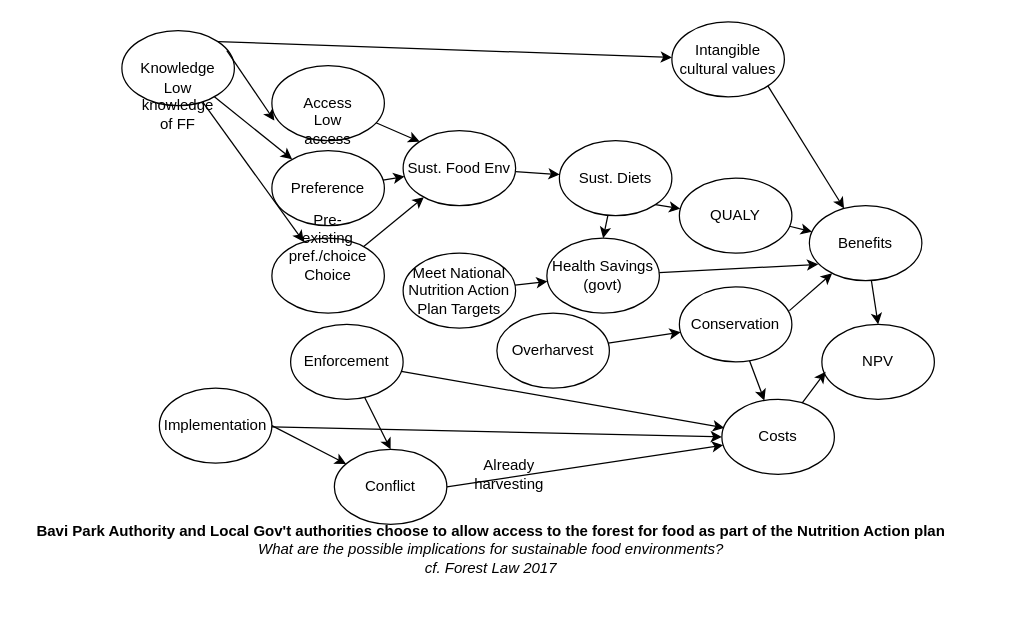
Above: Untitled Diagram.drawio in CWWhitney/bavi-forest-access (draw.io), before the change. Source tidied: cells renumbered, new cells numbered last; positions are measured from the earlier drawing's top-left corner, leaving out a move shared by most shapes. Both pictures are drawn from the tidied source at 125%, with x=0, y=0 at pixel (21, 21).
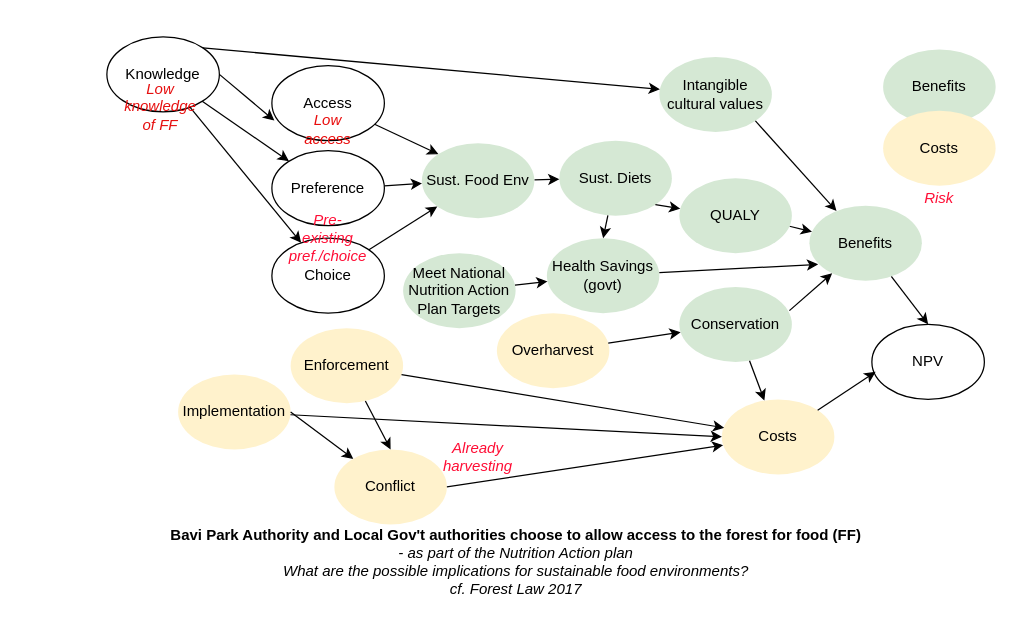
The same page after the edit.

Unchanged cells that the change refers to:
```xml
<mxCell id="12" value="Access" style="ellipse;whiteSpace=wrap;html=1;" parent="1" vertex="1">
  <mxGeometry x="200" y="35" width="90" height="60" as="geometry" />
</mxCell>
```

The edit, as a diff of the source:
```diff
@@
-    <mxCell id="2" value="Conservation" style="ellipse;whiteSpace=wrap;html=1;" parent="1" vertex="1">
+    <mxCell id="2" value="Conservation" style="ellipse;whiteSpace=wrap;html=1;fillColor=#d5e8d4;strokeColor=none;" parent="1" vertex="1">
       <mxGeometry x="526" y="212" width="90" height="60" as="geometry" />
     </mxCell>
@@
-    <mxCell id="4" value="Sust. Diets" style="ellipse;whiteSpace=wrap;html=1;" parent="1" vertex="1">
+    <mxCell id="4" value="Sust. Diets" style="ellipse;whiteSpace=wrap;html=1;fillColor=#d5e8d4;strokeColor=none;" parent="1" vertex="1">
       <mxGeometry x="430" y="95" width="90" height="60" as="geometry" />
     </mxCell>
@@
-    <mxCell id="6" value="Sust. Food Env" style="ellipse;whiteSpace=wrap;html=1;" parent="1" vertex="1">
-      <mxGeometry x="305" y="87" width="90" height="60" as="geometry" />
+    <mxCell id="6" value="Sust. Food Env" style="ellipse;whiteSpace=wrap;html=1;fillColor=#d5e8d4;strokeColor=none;" parent="1" vertex="1">
+      <mxGeometry x="320" y="97" width="90" height="60" as="geometry" />
     </mxCell>
@@
-    <mxCell id="8" value="QUALY" style="ellipse;whiteSpace=wrap;html=1;" parent="1" vertex="1">
+    <mxCell id="8" value="QUALY" style="ellipse;whiteSpace=wrap;html=1;fillColor=#d5e8d4;strokeColor=none;" parent="1" vertex="1">
       <mxGeometry x="526" y="125" width="90" height="60" as="geometry" />
     </mxCell>
@@
-    <mxCell id="10" value="Health Savings (govt)" style="ellipse;whiteSpace=wrap;html=1;" parent="1" vertex="1">
+    <mxCell id="10" value="Health Savings (govt)" style="ellipse;whiteSpace=wrap;html=1;fillColor=#d5e8d4;strokeColor=none;" parent="1" vertex="1">
       <mxGeometry x="420" y="173" width="90" height="60" as="geometry" />
     </mxCell>
     <mxCell id="11" value="NPV" style="ellipse;whiteSpace=wrap;html=1;" parent="1" vertex="1">
-      <mxGeometry x="640" y="242" width="90" height="60" as="geometry" />
+      <mxGeometry x="680" y="242" width="90" height="60" as="geometry" />
     </mxCell>
@@
     <mxCell id="14" value="Knowledge" style="ellipse;whiteSpace=wrap;html=1;" parent="1" vertex="1">
-      <mxGeometry x="80" y="7" width="90" height="60" as="geometry" />
+      <mxGeometry x="68" y="12" width="90" height="60" as="geometry" />
     </mxCell>
@@
-    <mxCell id="16" value="Costs" style="ellipse;whiteSpace=wrap;html=1;" parent="1" vertex="1">
+    <mxCell id="16" value="Costs" style="ellipse;whiteSpace=wrap;html=1;fillColor=#fff2cc;strokeColor=none;" parent="1" vertex="1">
       <mxGeometry x="560" y="302" width="90" height="60" as="geometry" />
     </mxCell>
@@
-    <mxCell id="19" value="Benefits" style="ellipse;whiteSpace=wrap;html=1;" parent="1" vertex="1">
+    <mxCell id="19" value="Benefits" style="ellipse;whiteSpace=wrap;html=1;fillColor=#d5e8d4;strokeColor=none;" parent="1" vertex="1">
       <mxGeometry x="630" y="147" width="90" height="60" as="geometry" />
     </mxCell>
@@
-    <mxCell id="22" style="rounded=0;jettySize=auto;html=1;entryX=0.022;entryY=0.733;entryDx=0;entryDy=0;entryPerimeter=0;exitX=0.933;exitY=0.267;exitDx=0;exitDy=0;exitPerimeter=0;" parent="1" edge="1" source="14" target="12">
+    <mxCell id="22" style="rounded=0;jettySize=auto;html=1;entryX=0.022;entryY=0.733;entryDx=0;entryDy=0;entryPerimeter=0;exitX=1;exitY=0.5;exitDx=0;exitDy=0;" parent="1" edge="1" source="14" target="12">
       <mxGeometry relative="1" as="geometry" />
     </mxCell>
@@
-    <mxCell id="28" value="Meet National Nutrition Action Plan Targets" style="ellipse;whiteSpace=wrap;html=1;" parent="1" vertex="1">
+    <mxCell id="28" value="Meet National Nutrition Action Plan Targets" style="ellipse;whiteSpace=wrap;html=1;fillColor=#d5e8d4;strokeColor=none;" parent="1" vertex="1">
       <mxGeometry x="305" y="185" width="90" height="60" as="geometry" />
     </mxCell>
@@
-    <mxCell id="30" value="&lt;b&gt;Bavi Park Authority and Local Gov't authorities choose to allow access to the forest for food as part of the Nutrition Action plan&lt;/b&gt;&lt;div&gt;&lt;i&gt;What are the possible implications for sustainable food environments?&lt;/i&gt;&lt;/div&gt;&lt;div&gt;&lt;i&gt;cf. Forest Law 2017&lt;/i&gt;&lt;/div&gt;" style="text;html=1;align=center;verticalAlign=middle;strokeColor=none;fillColor=none;" parent="1" vertex="1">
-      <mxGeometry y="392" width="750" height="60" as="geometry" />
+    <mxCell id="30" value="&lt;b&gt;Bavi Park Authority and Local Gov't authorities choose to allow access to the forest for food (FF) &lt;/b&gt;&lt;br&gt;&lt;i style=&quot;&quot;&gt;- as part of the Nutrition Action plan&lt;/i&gt;&lt;div&gt;&lt;i&gt;What are the possible implications for sustainable food environments?&lt;/i&gt;&lt;/div&gt;&lt;div&gt;&lt;i&gt;cf. Forest Law 2017&lt;/i&gt;&lt;/div&gt;" style="text;html=1;align=center;verticalAlign=middle;strokeColor=none;fillColor=none;" parent="1" vertex="1">
+      <mxGeometry x="105" y="397" width="580" height="70" as="geometry" />
     </mxCell>
-    <mxCell id="31" value="Low knowledge of FF" style="text;html=1;align=center;verticalAlign=middle;whiteSpace=wrap;rounded=0;" parent="1" vertex="1">
-      <mxGeometry x="95" y="47" width="60" height="40" as="geometry" />
+    <mxCell id="31" value="Low knowledge of FF" style="text;html=1;align=center;verticalAlign=middle;whiteSpace=wrap;rounded=0;fontStyle=2;fontColor=#e60f0f;" parent="1" vertex="1">
+      <mxGeometry x="81" y="48" width="60" height="40" as="geometry" />
     </mxCell>
-    <mxCell id="32" value="Low access" style="text;html=1;align=center;verticalAlign=middle;whiteSpace=wrap;rounded=0;fontFamily=Helvetica;fontSize=12;" parent="1" vertex="1">
+    <mxCell id="32" value="Low access" style="text;html=1;align=center;verticalAlign=middle;whiteSpace=wrap;rounded=0;fontFamily=Helvetica;fontSize=12;fontStyle=2;fontColor=#e90c0c;" parent="1" vertex="1">
       <mxGeometry x="215" y="75" width="60" height="22" as="geometry" />
     </mxCell>
-    <mxCell id="33" value="Pre-existing pref./choice" style="text;html=1;align=center;verticalAlign=middle;whiteSpace=wrap;rounded=0;" parent="1" vertex="1">
+    <mxCell id="33" value="Pre-existing pref./choice" style="text;html=1;align=center;verticalAlign=middle;whiteSpace=wrap;rounded=0;fontColor=#FF0D35;fontStyle=2;" parent="1" vertex="1">
       <mxGeometry x="215" y="153" width="60" height="40" as="geometry" />
     </mxCell>
-    <mxCell id="34" value="Intangible cultural values" style="ellipse;whiteSpace=wrap;html=1;" parent="1" vertex="1">
-      <mxGeometry x="520" width="90" height="60" as="geometry" />
+    <mxCell id="34" value="Intangible cultural values" style="ellipse;whiteSpace=wrap;html=1;fillColor=#d5e8d4;strokeColor=none;" parent="1" vertex="1">
+      <mxGeometry x="510" y="28" width="90" height="60" as="geometry" />
     </mxCell>
@@
-    <mxCell id="38" value="Conflict" style="ellipse;whiteSpace=wrap;html=1;" parent="1" vertex="1">
+    <mxCell id="38" value="Conflict" style="ellipse;whiteSpace=wrap;html=1;fillColor=#fff2cc;strokeColor=none;" parent="1" vertex="1">
       <mxGeometry x="250" y="342" width="90" height="60" as="geometry" />
     </mxCell>
@@
-    <mxCell id="40" value="Enforcement" style="ellipse;whiteSpace=wrap;html=1;" parent="1" vertex="1">
-      <mxGeometry x="215" y="242" width="90" height="60" as="geometry" />
+    <mxCell id="40" value="Enforcement" style="ellipse;whiteSpace=wrap;html=1;fillColor=#fff2cc;strokeColor=none;" parent="1" vertex="1">
+      <mxGeometry x="215" y="245" width="90" height="60" as="geometry" />
     </mxCell>
@@
-    <mxCell id="42" value="Implementation" style="ellipse;whiteSpace=wrap;html=1;" parent="1" vertex="1">
-      <mxGeometry x="110" y="293" width="90" height="60" as="geometry" />
+    <mxCell id="42" value="Implementation" style="ellipse;whiteSpace=wrap;html=1;fillColor=#fff2cc;strokeColor=none;" parent="1" vertex="1">
+      <mxGeometry x="125" y="282" width="90" height="60" as="geometry" />
     </mxCell>
@@
-    <mxCell id="44" value="Overharvest" style="ellipse;whiteSpace=wrap;html=1;" parent="1" vertex="1">
+    <mxCell id="44" value="Overharvest" style="ellipse;whiteSpace=wrap;html=1;fillColor=#fff2cc;strokeColor=none;" parent="1" vertex="1">
       <mxGeometry x="380" y="233" width="90" height="60" as="geometry" />
     </mxCell>
@@
-    <mxCell id="48" value="Already harvesting" style="text;html=1;align=center;verticalAlign=middle;whiteSpace=wrap;rounded=0;" parent="1" vertex="1">
-      <mxGeometry x="360" y="342" width="60" height="40" as="geometry" />
+    <mxCell id="48" value="Already harvesting" style="text;html=1;align=center;verticalAlign=middle;whiteSpace=wrap;rounded=0;fontColor=#FF0D35;fontStyle=2;" parent="1" vertex="1">
+      <mxGeometry x="335" y="328" width="60" height="40" as="geometry" />
     </mxCell>
+    <mxCell id="49" value="Benefits" style="ellipse;whiteSpace=wrap;html=1;fillColor=#d5e8d4;strokeColor=none;" parent="1" vertex="1">
+      <mxGeometry x="689" y="22" width="90" height="60" as="geometry" />
+    </mxCell>
+    <mxCell id="50" value="Costs" style="ellipse;whiteSpace=wrap;html=1;fillColor=#fff2cc;strokeColor=none;" parent="1" vertex="1">
+      <mxGeometry x="689" y="71" width="90" height="60" as="geometry" />
+    </mxCell>
+    <mxCell id="51" value="Risk" style="text;html=1;align=center;verticalAlign=middle;whiteSpace=wrap;rounded=0;fontColor=#FF0D35;fontStyle=2;" parent="1" vertex="1">
+      <mxGeometry x="704" y="121" width="60" height="40" as="geometry" />
+    </mxCell>
```
